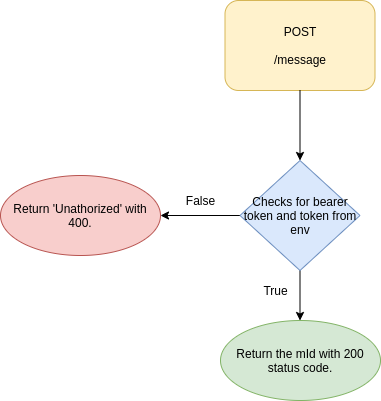
This is docs/API_Flow.drawio.png from asyrafjamil/dummy-microservice, a draw.io export, as it was before one commit. Source tidied: cells renumbered, new cells last; positions are measured from the earlier drawing's top-left corner, leaving out a move shared by most shapes.
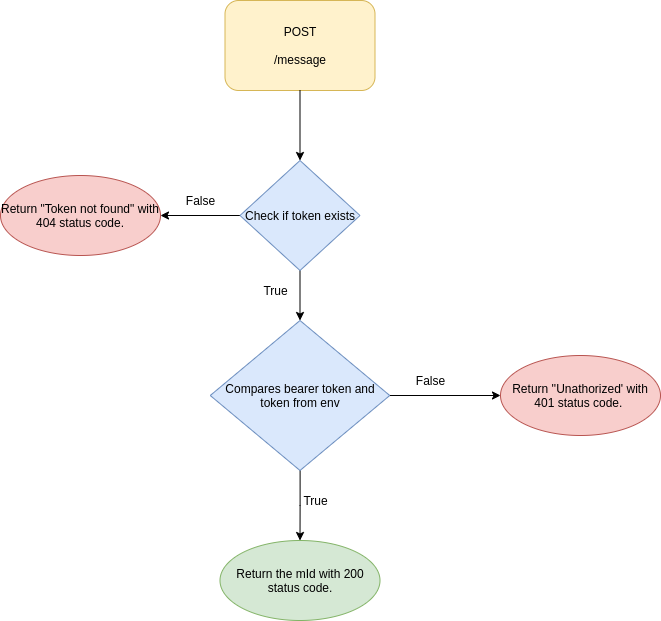
Above is the later version.

Diff of the diagram source:
```diff
@@ -20,18 +20,36 @@
         <mxPoint x="299.5" y="320" as="targetPoint" />
       </mxGeometry>
     </mxCell>
-    <mxCell id="6" value="Checks for bearer token and token from env" style="rhombus;whiteSpace=wrap;html=1;fillColor=#dae8fc;strokeColor=#6c8ebf;" parent="1" vertex="1">
+    <mxCell id="6" value="Check if token exists" style="rhombus;whiteSpace=wrap;html=1;fillColor=#dae8fc;strokeColor=#6c8ebf;" parent="1" vertex="1">
       <mxGeometry x="239.5" y="160" width="120" height="110" as="geometry" />
     </mxCell>
     <mxCell id="7" value="True" style="text;html=1;align=center;verticalAlign=middle;strokeColor=none;" parent="1" vertex="1">
       <mxGeometry x="255" y="280" width="40" height="20" as="geometry" />
     </mxCell>
-    <mxCell id="8" value="Return 'Unathorized' with 400." style="ellipse;whiteSpace=wrap;html=1;fillColor=#f8cecc;strokeColor=#b85450;" parent="1" vertex="1">
+    <mxCell id="8" value="Return &quot;Token not found&quot; with 404 status code." style="ellipse;whiteSpace=wrap;html=1;fillColor=#f8cecc;strokeColor=#b85450;" parent="1" vertex="1">
       <mxGeometry y="175" width="160" height="80" as="geometry" />
     </mxCell>
+    <mxCell id="11" style="edgeStyle=orthogonalEdgeStyle;rounded=0;jettySize=auto;html=1;entryX=0;entryY=0.5;entryDx=0;entryDy=0;" parent="1" edge="1" source="13" target="14">
+      <mxGeometry relative="1" as="geometry" />
+    </mxCell>
+    <mxCell id="12" style="edgeStyle=orthogonalEdgeStyle;rounded=0;jettySize=auto;html=1;entryX=0.5;entryY=0;entryDx=0;entryDy=0;" parent="1" edge="1" source="13" target="9">
+      <mxGeometry relative="1" as="geometry" />
+    </mxCell>
+    <mxCell id="13" value="Compares bearer token and token from env" style="rhombus;whiteSpace=wrap;html=1;fillColor=#dae8fc;strokeColor=#6c8ebf;" parent="1" vertex="1">
+      <mxGeometry x="209.8" y="320" width="179.5" height="150" as="geometry" />
+    </mxCell>
+    <mxCell id="14" value="Return ''Unathorized' with 401 status code.&amp;nbsp;" style="ellipse;whiteSpace=wrap;html=1;fillColor=#f8cecc;strokeColor=#b85450;" parent="1" vertex="1">
+      <mxGeometry x="500" y="355" width="160" height="80" as="geometry" />
+    </mxCell>
     <mxCell id="9" value="Return the mId with 200 status code." style="ellipse;whiteSpace=wrap;html=1;fillColor=#d5e8d4;strokeColor=#82b366;" parent="1" vertex="1">
-      <mxGeometry x="220" y="320" width="160" height="80" as="geometry" />
+      <mxGeometry x="219.5" y="540" width="160" height="80" as="geometry" />
     </mxCell>
+    <mxCell id="15" value="True" style="text;html=1;align=center;verticalAlign=middle;strokeColor=none;" parent="1" vertex="1">
+      <mxGeometry x="295" y="490" width="40" height="20" as="geometry" />
+    </mxCell>
+    <mxCell id="16" value="False" style="text;html=1;align=center;verticalAlign=middle;strokeColor=none;" parent="1" vertex="1">
+      <mxGeometry x="410" y="370" width="40" height="20" as="geometry" />
+    </mxCell>
     <mxCell id="10" value="False" style="text;html=1;align=center;verticalAlign=middle;strokeColor=none;fillColor=none;" parent="1" vertex="1">
       <mxGeometry x="180" y="190" width="40" height="20" as="geometry" />
     </mxCell>
```
